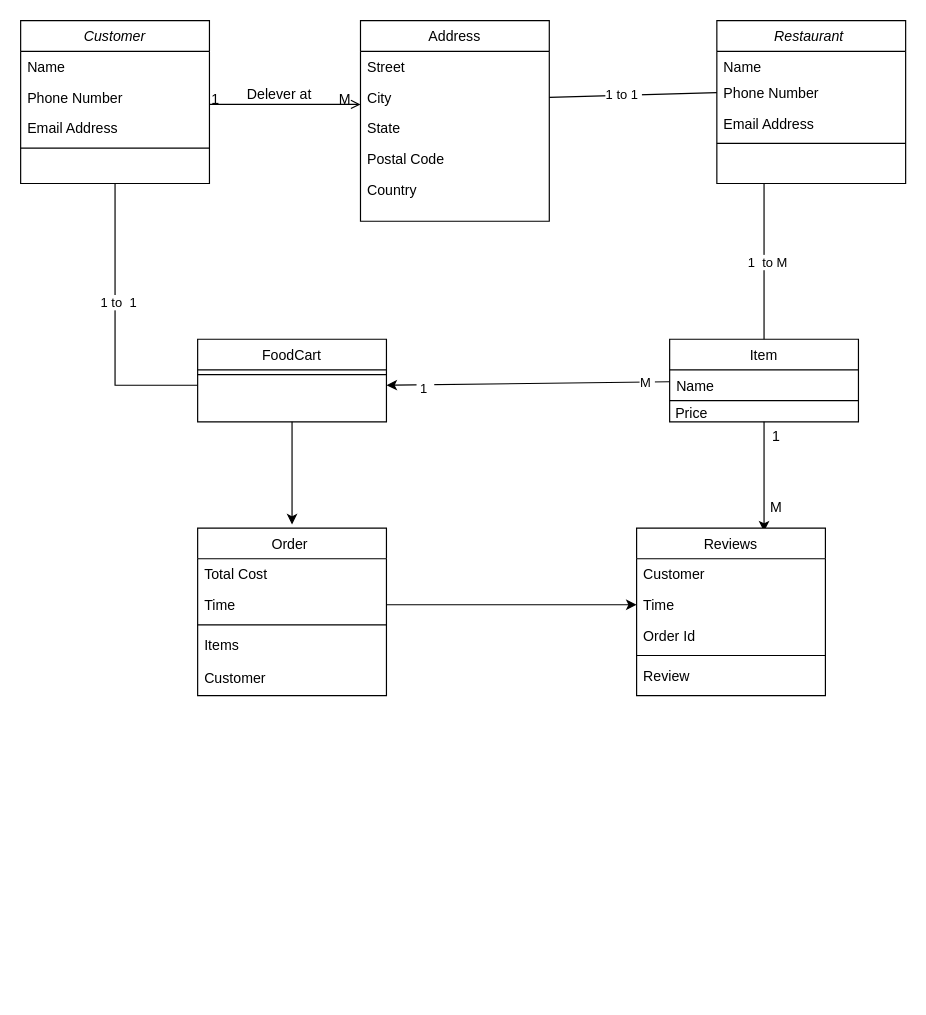
The draw.io diagram Food Ocean.drawio in roy-aman/FoodOceanApp, before the edit. Source tidied: cells renumbered, new cells numbered last; positions are measured from the earlier drawing's top-left corner, leaving out a move shared by most shapes. Both pictures are drawn from the tidied source at 118%, with x=0, y=0 at pixel (20, 20).
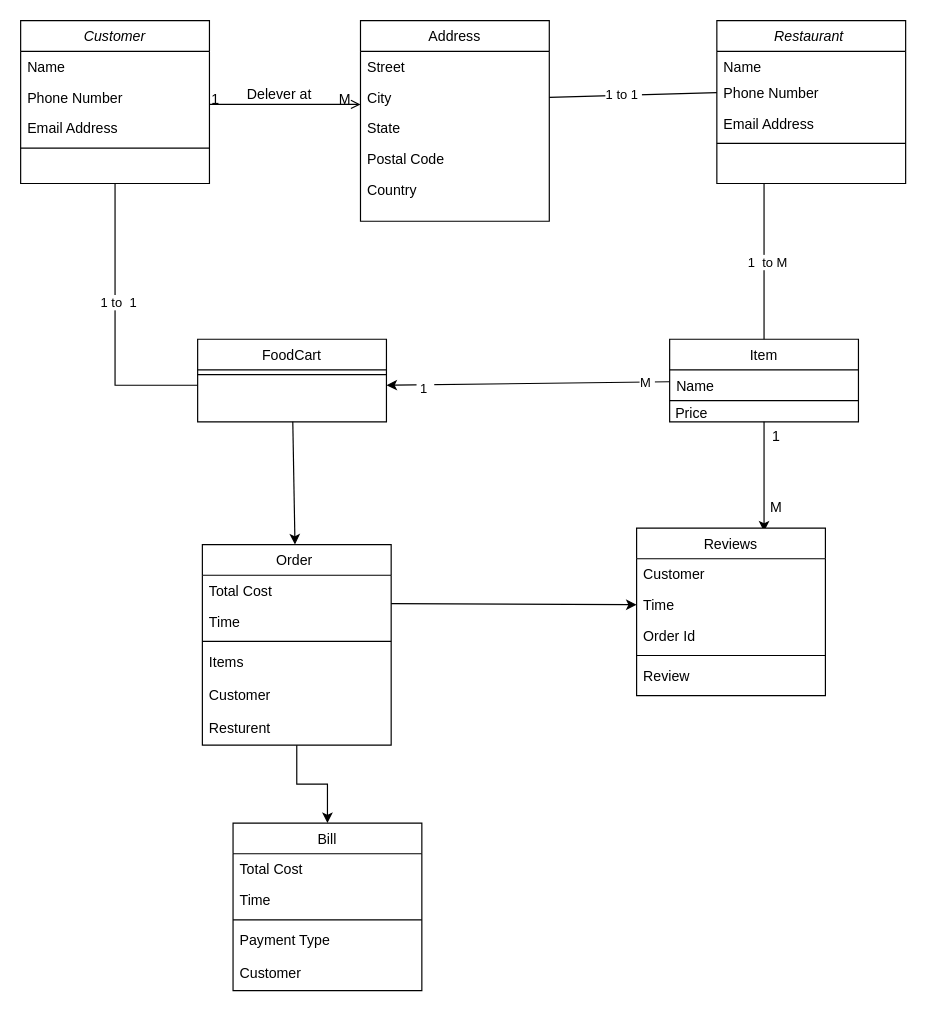
The same page after the edit.

Unchanged cells that the change refers to:
```xml
<mxCell id="9" value="Time " style="text;align=left;verticalAlign=top;spacingLeft=4;spacingRight=4;overflow=hidden;points=[[0,0.5],[1,0.5]];portConstraint=eastwest;rounded=0;shadow=0;html=0;" parent="7" vertex="1">
  <mxGeometry y="52" width="160" height="26" as="geometry" />
</mxCell>
<mxCell id="14" value="FoodCart" style="swimlane;fontStyle=0;align=center;verticalAlign=top;horizontal=1;startSize=26;rounded=0;shadow=0;strokeWidth=1;" parent="1" vertex="1">
  <mxGeometry x="150" y="270" width="160" height="70" as="geometry" />
</mxCell>
<mxCell id="47" value="Time " style="text;align=left;verticalAlign=top;spacingLeft=4;spacingRight=4;overflow=hidden;points=[[0,0.5],[1,0.5]];portConstraint=eastwest;rounded=0;shadow=0;html=0;" parent="45" vertex="1">
  <mxGeometry y="52" width="160" height="26" as="geometry" />
</mxCell>
```

Diff of the diagram source:
```diff
@@
-    <mxCell id="7" value="Order " style="swimlane;fontStyle=0;align=center;verticalAlign=top;horizontal=1;startSize=26;rounded=0;shadow=0;strokeWidth=1;" parent="1" vertex="1">
-      <mxGeometry x="150" y="430" width="160" height="142" as="geometry" />
+    <mxCell id="7" value="Bill" style="swimlane;fontStyle=0;align=center;verticalAlign=top;horizontal=1;startSize=26;rounded=0;shadow=0;strokeWidth=1;" parent="1" vertex="1">
+      <mxGeometry x="180" y="680" width="160" height="142" as="geometry" />
     </mxCell>
@@
-    <mxCell id="11" value="Items" style="text;align=left;verticalAlign=top;spacingLeft=4;spacingRight=4;overflow=hidden;" parent="7" vertex="1">
+    <mxCell id="11" value="Payment Type" style="text;align=left;verticalAlign=top;spacingLeft=4;spacingRight=4;overflow=hidden;" parent="7" vertex="1">
       <mxGeometry y="86" width="160" height="28" as="geometry" />
     </mxCell>
@@
-    <mxCell id="13" style="edgeStyle=none;rounded=0;jettySize=auto;html=1;" parent="1" edge="1" source="14">
-      <mxGeometry relative="1" as="geometry">
-        <mxPoint x="230" y="427" as="targetPoint" />
-      </mxGeometry>
+    <mxCell id="13" style="edgeStyle=none;rounded=0;jettySize=auto;html=1;" parent="1" edge="1" source="14" target="55">
+      <mxGeometry relative="1" as="geometry" />
     </mxCell>
@@
-    <mxCell id="53" style="edgeStyle=none;rounded=0;jettySize=auto;html=1;entryX=0;entryY=0.5;entryDx=0;entryDy=0;exitX=1;exitY=0.5;exitDx=0;exitDy=0;" parent="1" edge="1" source="9" target="47">
+    <mxCell id="53" style="edgeStyle=none;rounded=0;jettySize=auto;html=1;entryX=0;entryY=0.5;entryDx=0;entryDy=0;exitX=1;exitY=0.923;exitDx=0;exitDy=0;exitPerimeter=0;" parent="1" edge="1" source="56" target="47">
       <mxGeometry relative="1" as="geometry" />
     </mxCell>
+    <mxCell id="54" style="edgeStyle=orthogonalEdgeStyle;rounded=0;jettySize=auto;html=1;entryX=0.5;entryY=0;entryDx=0;entryDy=0;" parent="1" edge="1" source="55" target="7">
+      <mxGeometry relative="1" as="geometry" />
+    </mxCell>
+    <mxCell id="55" value="Order " style="swimlane;fontStyle=0;align=center;verticalAlign=top;horizontal=1;startSize=26;rounded=0;shadow=0;strokeWidth=1;" parent="1" vertex="1">
+      <mxGeometry x="154" y="444" width="160" height="170" as="geometry" />
+    </mxCell>
+    <mxCell id="56" value="Total Cost " style="text;align=left;verticalAlign=top;spacingLeft=4;spacingRight=4;overflow=hidden;points=[[0,0.5],[1,0.5]];portConstraint=eastwest;" parent="55" vertex="1">
+      <mxGeometry y="26" width="160" height="26" as="geometry" />
+    </mxCell>
+    <mxCell id="57" value="Time " style="text;align=left;verticalAlign=top;spacingLeft=4;spacingRight=4;overflow=hidden;rounded=0;shadow=0;html=0;" parent="55" vertex="1">
+      <mxGeometry y="52" width="160" height="26" as="geometry" />
+    </mxCell>
+    <mxCell id="58" style="line;html=1;strokeWidth=1;align=left;verticalAlign=middle;spacingTop=-1;spacingLeft=3;spacingRight=3;labelPosition=right;" parent="55" vertex="1">
+      <mxGeometry y="78" width="160" height="8" as="geometry" />
+    </mxCell>
+    <mxCell id="59" value="Items" style="text;align=left;verticalAlign=top;spacingLeft=4;spacingRight=4;overflow=hidden;" parent="55" vertex="1">
+      <mxGeometry y="86" width="160" height="28" as="geometry" />
+    </mxCell>
+    <mxCell id="60" value="Customer" style="text;align=left;verticalAlign=top;spacingLeft=4;spacingRight=4;overflow=hidden;" parent="55" vertex="1">
+      <mxGeometry y="114" width="160" height="28" as="geometry" />
+    </mxCell>
+    <mxCell id="61" value="Resturent" style="text;align=left;verticalAlign=top;spacingLeft=4;spacingRight=4;overflow=hidden;" parent="55" vertex="1">
+      <mxGeometry y="142" width="160" height="28" as="geometry" />
+    </mxCell>
```
